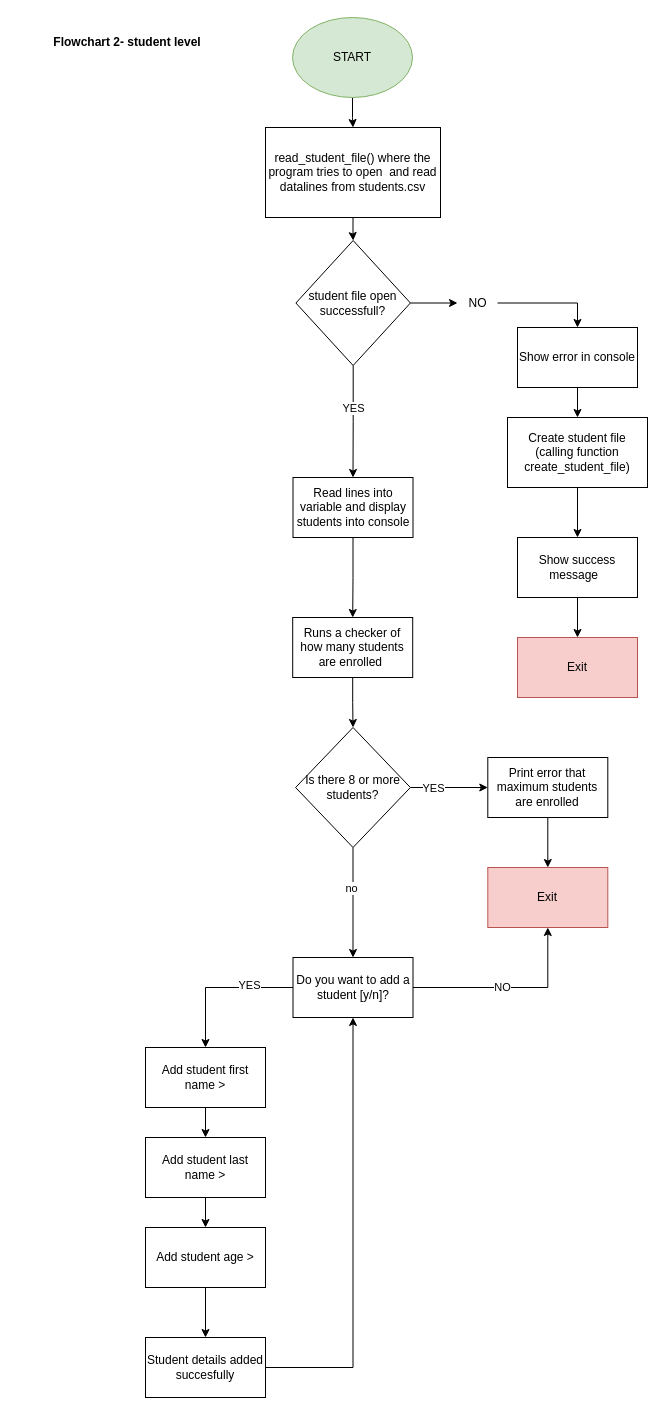
The draw.io diagram studenr_procedures.drawio in VictoriaJ4/VictoriaJ4, before the edit. Source tidied: cells renumbered, new cells numbered last; positions are measured from the earlier drawing's top-left corner, leaving out a move shared by most shapes. Both pictures are drawn from the tidied source at 100%, with x=0, y=0 at pixel (17, 17).
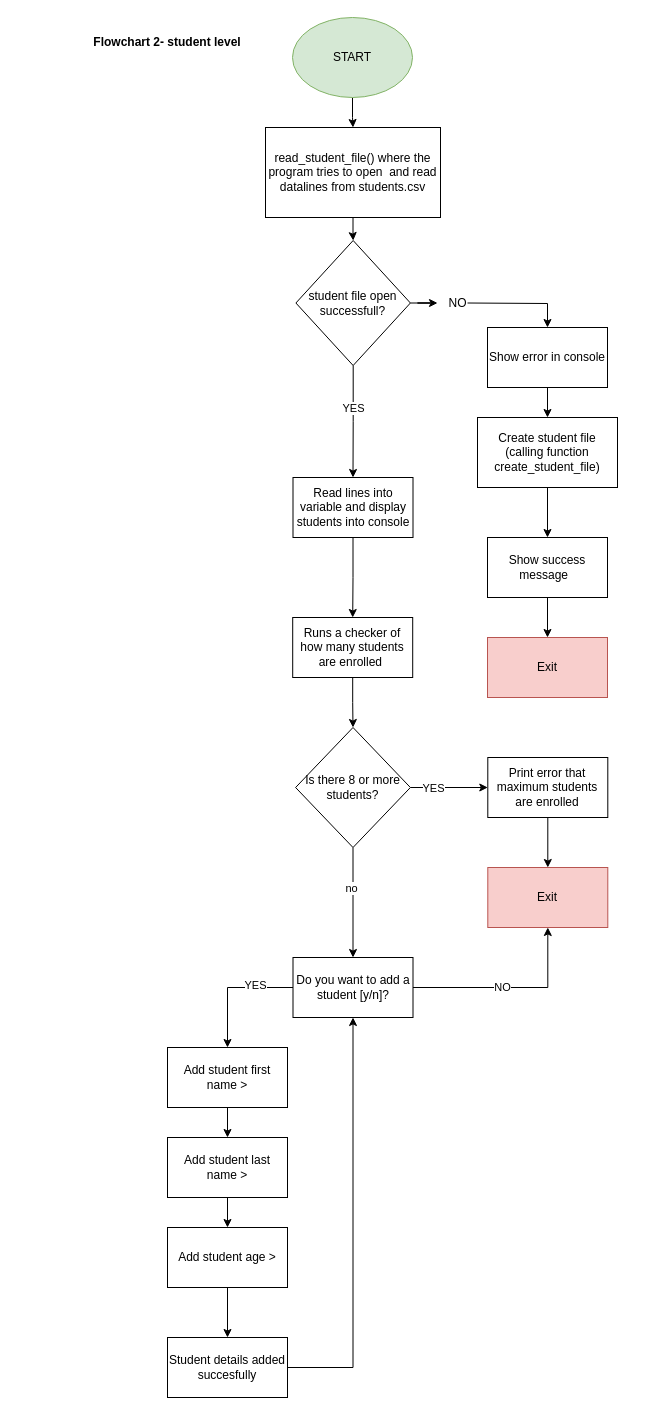
The same diagram, later.

Change to the diagram source:
```diff
@@
     <mxCell id="4" value="&lt;b&gt;Flowchart 2- student level&lt;/b&gt;" style="text;html=1;align=center;verticalAlign=middle;whiteSpace=wrap;rounded=0;" parent="1" vertex="1">
-      <mxGeometry y="10" width="220" height="30" as="geometry" />
+      <mxGeometry x="40" y="10" width="220" height="30" as="geometry" />
     </mxCell>
@@
-    <mxCell id="9" style="edgeStyle=orthogonalEdgeStyle;rounded=0;jettySize=auto;html=1;" parent="1" edge="1" source="35" target="14">
-      <mxGeometry relative="1" as="geometry" />
+    <mxCell id="9" style="edgeStyle=orthogonalEdgeStyle;rounded=0;jettySize=auto;html=1;" parent="1" edge="1" target="14">
+      <mxGeometry relative="1" as="geometry">
+        <mxPoint x="450" y="285.5" as="sourcePoint" />
+      </mxGeometry>
     </mxCell>
@@
     <mxCell id="14" value="Show error in console" style="whiteSpace=wrap;html=1;" parent="1" vertex="1">
-      <mxGeometry x="500" y="310" width="120" height="60" as="geometry" />
+      <mxGeometry x="470" y="310" width="120" height="60" as="geometry" />
     </mxCell>
@@
     <mxCell id="16" value="Create student file (calling function create_student_file)" style="whiteSpace=wrap;html=1;" parent="1" vertex="1">
-      <mxGeometry x="490" y="400" width="140" height="70" as="geometry" />
+      <mxGeometry x="460" y="400" width="140" height="70" as="geometry" />
     </mxCell>
@@
     <mxCell id="18" value="Show success message&amp;nbsp;&amp;nbsp;" style="whiteSpace=wrap;html=1;" parent="1" vertex="1">
-      <mxGeometry x="500" y="520" width="120" height="60" as="geometry" />
+      <mxGeometry x="470" y="520" width="120" height="60" as="geometry" />
     </mxCell>
@@
     <mxCell id="35" value="NO" style="text;html=1;align=center;verticalAlign=middle;points=[];strokeColor=none;fillColor=none;" parent="1" vertex="1">
-      <mxGeometry x="440" y="270.5" width="40" height="30" as="geometry" />
+      <mxGeometry x="420" y="270.5" width="40" height="30" as="geometry" />
     </mxCell>
     <mxCell id="36" value="Exit" style="whiteSpace=wrap;html=1;fillColor=#f8cecc;strokeColor=#b85450;" parent="1" vertex="1">
-      <mxGeometry x="500" y="620" width="120" height="60" as="geometry" />
+      <mxGeometry x="470" y="620" width="120" height="60" as="geometry" />
     </mxCell>
@@
     <mxCell id="38" value="Add student first name &amp;gt;" style="whiteSpace=wrap;html=1;" parent="1" vertex="1">
-      <mxGeometry x="128" y="1030" width="120" height="60" as="geometry" />
+      <mxGeometry x="150" y="1030" width="120" height="60" as="geometry" />
     </mxCell>
@@
     <mxCell id="40" value="Add student last name &amp;gt;" style="whiteSpace=wrap;html=1;" parent="1" vertex="1">
-      <mxGeometry x="128" y="1120" width="120" height="60" as="geometry" />
+      <mxGeometry x="150" y="1120" width="120" height="60" as="geometry" />
     </mxCell>
@@
     <mxCell id="42" value="Add student age &amp;gt;" style="whiteSpace=wrap;html=1;" parent="1" vertex="1">
-      <mxGeometry x="128" y="1210" width="120" height="60" as="geometry" />
+      <mxGeometry x="150" y="1210" width="120" height="60" as="geometry" />
     </mxCell>
@@
     <mxCell id="44" value="Student details added succesfully" style="whiteSpace=wrap;html=1;" parent="1" vertex="1">
-      <mxGeometry x="128" y="1320" width="120" height="60" as="geometry" />
+      <mxGeometry x="150" y="1320" width="120" height="60" as="geometry" />
     </mxCell>
```
